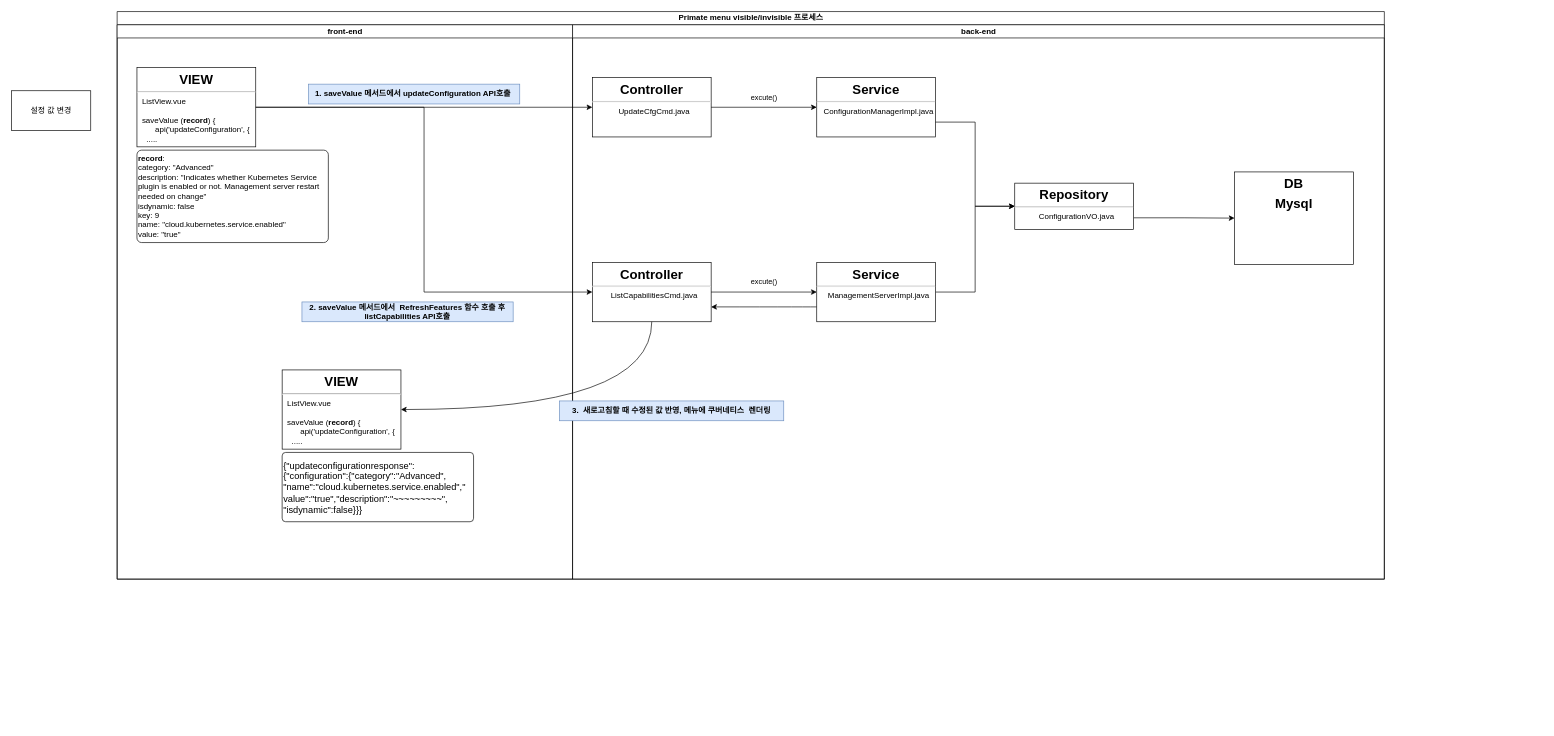
Earlier version of the draw.io diagram kuber메뉴.drawio (stardom3645/wiki). Source tidied: cells renumbered, new cells numbered last; positions are measured from the earlier drawing's top-left corner, leaving out a move shared by most shapes. Both pictures are drawn from the tidied source at 66%, with x=0, y=0 at pixel (11, 11).
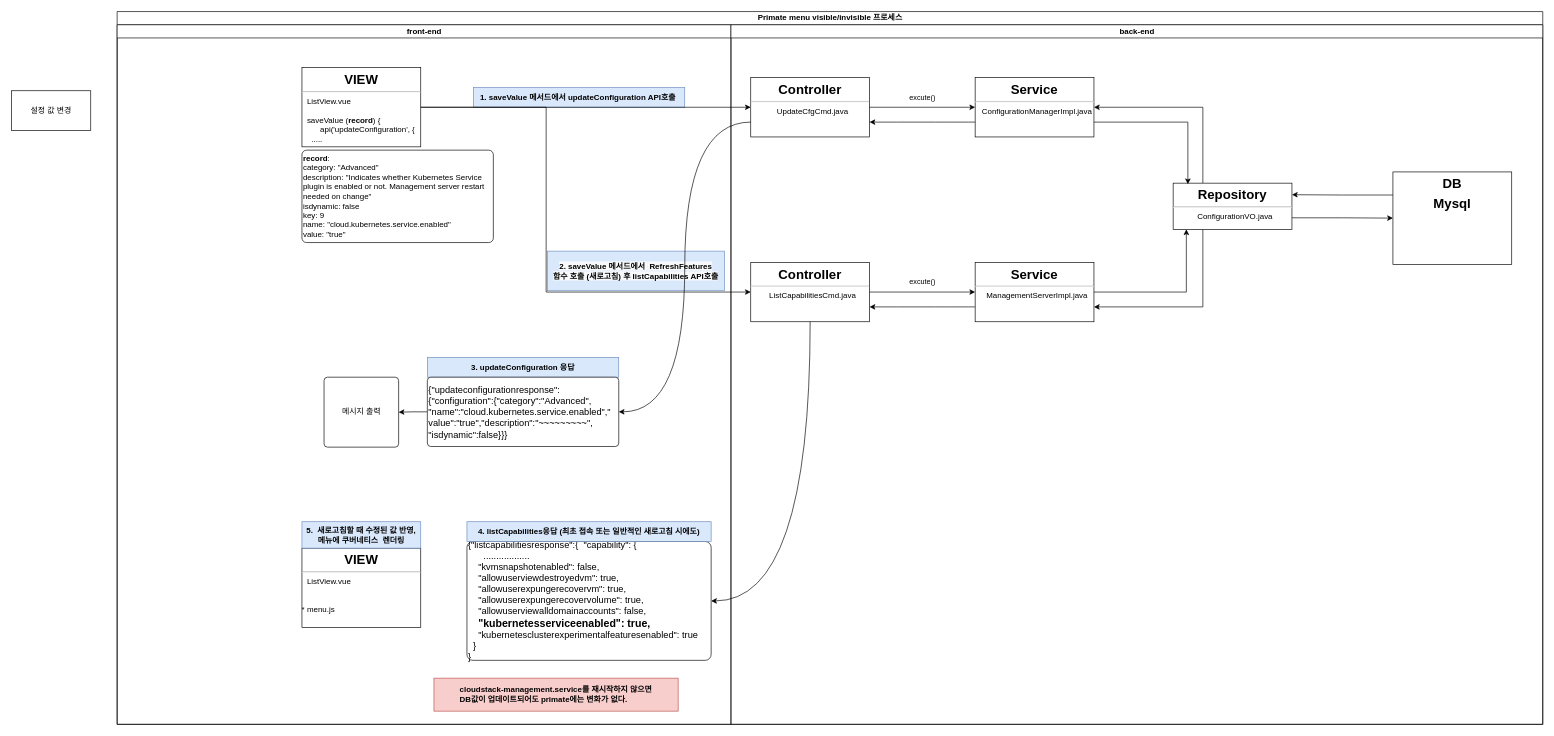
The same diagram, later.

Commit message:
kuber메뉴.drawio 업데이트

Unchanged cells that the change refers to:
```xml
<mxCell id="12" value="&lt;p style=&quot;margin: 6px 0px 0px&quot;&gt;&lt;b&gt;&lt;font style=&quot;font-size: 20px&quot;&gt;Controller&lt;/font&gt;&lt;/b&gt;&lt;/p&gt;&lt;hr&gt;&lt;p style=&quot;margin: 0px ; margin-left: 8px&quot;&gt;&lt;span&gt;UpdateCfgCmd.java&lt;/span&gt;&lt;br&gt;&lt;/p&gt;" style="align=center;overflow=fill;html=1;" parent="11" vertex="1">
  <mxGeometry x="30" y="80" width="180" height="90" as="geometry" />
</mxCell>
<mxCell id="13" value="&lt;p style=&quot;margin: 6px 0px 0px&quot;&gt;&lt;b&gt;&lt;font style=&quot;font-size: 20px&quot;&gt;Service&lt;/font&gt;&lt;/b&gt;&lt;/p&gt;&lt;hr&gt;&lt;p style=&quot;margin: 0px ; margin-left: 8px&quot;&gt;ConfigurationManagerImpl.java&lt;/p&gt;" style="align=center;overflow=fill;html=1;" parent="11" vertex="1">
  <mxGeometry x="370" y="80" width="180" height="90" as="geometry" />
</mxCell>
<mxCell id="15" value="&lt;p style=&quot;margin: 6px 0px 0px&quot;&gt;&lt;b&gt;&lt;font style=&quot;font-size: 20px&quot;&gt;Repository&lt;/font&gt;&lt;/b&gt;&lt;/p&gt;&lt;hr&gt;&lt;p style=&quot;margin: 0px ; margin-left: 8px&quot;&gt;ConfigurationVO.java&lt;/p&gt;" style="align=center;overflow=fill;html=1;" parent="11" vertex="1">
  <mxGeometry x="670" y="240" width="180" height="70" as="geometry" />
</mxCell>
<mxCell id="17" value="&lt;p style=&quot;margin: 6px 0px 0px; text-align: center; font-size: 20px;&quot;&gt;&lt;b style=&quot;font-size: 20px;&quot;&gt;DB&lt;/b&gt;&lt;/p&gt;&lt;p style=&quot;margin: 6px 0px 0px; text-align: center; font-size: 20px;&quot;&gt;&lt;b style=&quot;font-size: 20px;&quot;&gt;Mysql&lt;/b&gt;&lt;/p&gt;" style="align=left;overflow=fill;html=1;fontSize=20;" parent="11" vertex="1">
  <mxGeometry x="1003" y="223" width="180" height="140" as="geometry" />
</mxCell>
<mxCell id="18" value="&lt;p style=&quot;margin: 6px 0px 0px&quot;&gt;&lt;b&gt;&lt;font style=&quot;font-size: 20px&quot;&gt;Controller&lt;/font&gt;&lt;/b&gt;&lt;/p&gt;&lt;hr&gt;&lt;p style=&quot;margin: 0px ; margin-left: 8px&quot;&gt;&lt;span&gt;ListCapabilitiesCmd.java&lt;/span&gt;&lt;br&gt;&lt;/p&gt;" style="align=center;overflow=fill;html=1;" parent="11" vertex="1">
  <mxGeometry x="30" y="360" width="180" height="90" as="geometry" />
</mxCell>
<mxCell id="21" value="&lt;p style=&quot;margin: 6px 0px 0px&quot;&gt;&lt;b&gt;&lt;font style=&quot;font-size: 20px&quot;&gt;Service&lt;/font&gt;&lt;/b&gt;&lt;/p&gt;&lt;hr&gt;&lt;p style=&quot;margin: 0px ; margin-left: 8px&quot;&gt;&lt;span&gt;ManagementServerImpl.java&lt;/span&gt;&lt;br&gt;&lt;/p&gt;" style="align=center;overflow=fill;html=1;" parent="11" vertex="1">
  <mxGeometry x="370" y="360" width="180" height="90" as="geometry" />
</mxCell>
```

The edit, as a diff of the source:
```diff
@@
-    <mxCell id="2" value="Primate menu visible/invisible 프로세스" style="swimlane;html=1;startSize=20;verticalAlign=middle;" parent="1" vertex="1">
-      <mxGeometry x="160" width="1920" height="860" as="geometry" />
+    <mxCell id="2" value="Primate menu visible/invisible 프로세스" style="swimlane;html=1;startSize=20;verticalAlign=middle;align=center;" parent="1" vertex="1">
+      <mxGeometry x="160" width="2160" height="1080" as="geometry" />
     </mxCell>
     <mxCell id="3" value="front-end" style="swimlane;html=1;startSize=20;" parent="2" vertex="1">
-      <mxGeometry y="20" width="690" height="840" as="geometry" />
+      <mxGeometry y="20" width="930" height="1060" as="geometry" />
     </mxCell>
     <mxCell id="4" value="&lt;p style=&quot;margin: 0px ; margin-top: 6px ; text-align: center&quot;&gt;&lt;b&gt;&lt;font style=&quot;font-size: 20px&quot;&gt;VIEW&lt;/font&gt;&lt;/b&gt;&lt;/p&gt;&lt;hr&gt;&lt;p style=&quot;margin: 0px ; margin-left: 8px&quot;&gt;&lt;span style=&quot;text-align: center&quot;&gt;ListView.vue&lt;/span&gt;&lt;br&gt;&lt;/p&gt;&lt;p style=&quot;margin: 0px ; margin-left: 8px&quot;&gt;&lt;br&gt;&lt;/p&gt;&lt;p style=&quot;margin: 0px ; margin-left: 8px&quot;&gt;saveValue (&lt;b&gt;record&lt;/b&gt;) {&lt;/p&gt;&lt;p style=&quot;margin: 0px ; margin-left: 8px&quot;&gt;&amp;nbsp; &amp;nbsp; &amp;nbsp; api('updateConfiguration', {&lt;/p&gt;&lt;p style=&quot;margin: 0px ; margin-left: 8px&quot;&gt;&amp;nbsp; .....&lt;/p&gt;" style="align=left;overflow=fill;html=1;" parent="3" vertex="1">
-      <mxGeometry x="30" y="65" width="180" height="120" as="geometry" />
+      <mxGeometry x="280" y="65" width="180" height="120" as="geometry" />
     </mxCell>
     <mxCell id="5" value="&lt;div&gt;&lt;font style=&quot;font-size: 12px&quot;&gt;&lt;b&gt;record&lt;/b&gt;:&lt;/font&gt;&lt;/div&gt;&lt;div&gt;&lt;font style=&quot;font-size: 12px&quot;&gt;category: &quot;Advanced&quot;&lt;/font&gt;&lt;/div&gt;&lt;div&gt;&lt;font style=&quot;font-size: 12px&quot;&gt;description: &quot;Indicates whether Kubernetes Service plugin is enabled or not. Management server restart needed on change&quot;&lt;/font&gt;&lt;/div&gt;&lt;div&gt;&lt;font style=&quot;font-size: 12px&quot;&gt;isdynamic: false&lt;/font&gt;&lt;/div&gt;&lt;div&gt;&lt;font style=&quot;font-size: 12px&quot;&gt;key: 9&lt;/font&gt;&lt;/div&gt;&lt;div&gt;&lt;font style=&quot;font-size: 12px&quot;&gt;name: &quot;cloud.kubernetes.service.enabled&quot;&lt;/font&gt;&lt;/div&gt;&lt;div&gt;&lt;font style=&quot;font-size: 12px&quot;&gt;value: &quot;true&quot;&lt;/font&gt;&lt;/div&gt;" style="rounded=1;whiteSpace=wrap;html=1;strokeColor=#000000;align=left;arcSize=5;" parent="3" vertex="1">
-      <mxGeometry x="30" y="190" width="290" height="140" as="geometry" />
+      <mxGeometry x="280" y="190" width="290" height="140" as="geometry" />
     </mxCell>
     <mxCell id="6" value="&lt;span style=&quot;text-align: left&quot;&gt;1. saveValue 메서드에서&amp;nbsp;&lt;/span&gt;&lt;span style=&quot;text-align: left&quot;&gt;updateConfiguration API호출&lt;/span&gt;&lt;span style=&quot;text-align: left&quot;&gt;&amp;nbsp;&lt;/span&gt;" style="text;html=1;strokeColor=#6c8ebf;fillColor=#dae8fc;align=center;verticalAlign=middle;whiteSpace=wrap;rounded=0;fontStyle=1;" parent="3" vertex="1">
-      <mxGeometry x="290" y="90" width="320" height="30" as="geometry" />
+      <mxGeometry x="540" y="95" width="320" height="30" as="geometry" />
     </mxCell>
-    <mxCell id="7" value="&lt;span style=&quot;text-align: left&quot;&gt;2. saveValue 메서드에서&amp;nbsp;&lt;/span&gt;&lt;span style=&quot;text-align: left&quot;&gt;&amp;nbsp;&lt;/span&gt;RefreshFeatures 함수 호출 후&lt;br&gt;listCapabilities API호출" style="text;html=1;strokeColor=#6c8ebf;fillColor=#dae8fc;align=center;verticalAlign=middle;whiteSpace=wrap;rounded=0;fontStyle=1;" parent="3" vertex="1">
-      <mxGeometry x="280" y="420" width="320" height="30" as="geometry" />
+    <mxCell id="7" value="&lt;span style=&quot;text-align: left&quot;&gt;3. u&lt;/span&gt;&lt;span style=&quot;text-align: left&quot;&gt;pdateConfiguration 응답&lt;/span&gt;" style="text;html=1;strokeColor=#6c8ebf;fillColor=#dae8fc;align=center;verticalAlign=middle;whiteSpace=wrap;rounded=0;fontStyle=1;" parent="3" vertex="1">
+      <mxGeometry x="470" y="504" width="290" height="30" as="geometry" />
     </mxCell>
-    <mxCell id="8" value="&lt;p style=&quot;margin: 0px ; margin-top: 6px ; text-align: center&quot;&gt;&lt;b&gt;&lt;font style=&quot;font-size: 20px&quot;&gt;VIEW&lt;/font&gt;&lt;/b&gt;&lt;/p&gt;&lt;hr&gt;&lt;p style=&quot;margin: 0px ; margin-left: 8px&quot;&gt;&lt;span style=&quot;text-align: center&quot;&gt;ListView.vue&lt;/span&gt;&lt;br&gt;&lt;/p&gt;&lt;p style=&quot;margin: 0px ; margin-left: 8px&quot;&gt;&lt;br&gt;&lt;/p&gt;&lt;p style=&quot;margin: 0px ; margin-left: 8px&quot;&gt;saveValue (&lt;b&gt;record&lt;/b&gt;) {&lt;/p&gt;&lt;p style=&quot;margin: 0px ; margin-left: 8px&quot;&gt;&amp;nbsp; &amp;nbsp; &amp;nbsp; api('updateConfiguration', {&lt;/p&gt;&lt;p style=&quot;margin: 0px ; margin-left: 8px&quot;&gt;&amp;nbsp; .....&lt;/p&gt;" style="align=left;overflow=fill;html=1;" parent="3" vertex="1">
-      <mxGeometry x="250" y="523" width="180" height="120" as="geometry" />
+    <mxCell id="8" value="&lt;p style=&quot;margin: 0px ; margin-top: 6px ; text-align: center&quot;&gt;&lt;b&gt;&lt;font style=&quot;font-size: 20px&quot;&gt;VIEW&lt;/font&gt;&lt;/b&gt;&lt;/p&gt;&lt;hr&gt;&lt;p style=&quot;margin: 0px ; margin-left: 8px&quot;&gt;&lt;span style=&quot;text-align: center&quot;&gt;ListView.vue&lt;/span&gt;&lt;br&gt;&lt;/p&gt;&lt;p style=&quot;margin: 0px ; margin-left: 8px&quot;&gt;&lt;br&gt;&lt;/p&gt;&lt;p style=&quot;margin: 0px ; margin-left: 8px&quot;&gt;&lt;br&gt;&lt;/p&gt;&lt;span style=&quot;text-align: center&quot;&gt;* menu.js&lt;/span&gt;&lt;p style=&quot;margin: 0px ; margin-left: 8px&quot;&gt;&lt;br&gt;&lt;/p&gt;" style="align=left;overflow=fill;html=1;" parent="3" vertex="1">
+      <mxGeometry x="280" y="793" width="180" height="120" as="geometry" />
     </mxCell>
+    <mxCell id="28" style="edgeStyle=orthogonalEdgeStyle;rounded=0;jettySize=auto;html=1;exitX=0;exitY=0.5;exitDx=0;exitDy=0;entryX=1;entryY=0.5;entryDx=0;entryDy=0;" parent="3" edge="1" source="9" target="32">
+      <mxGeometry relative="1" as="geometry" />
+    </mxCell>
     <mxCell id="9" value="&lt;font style=&quot;font-size: 14px&quot;&gt;{&quot;updateconfigurationresponse&quot;:{&quot;configuration&quot;:{&quot;category&quot;:&quot;Advanced&quot;,&lt;br&gt;&quot;name&quot;:&quot;cloud.kubernetes.service.enabled&quot;,&quot;&lt;br&gt;&lt;/font&gt;&lt;div style=&quot;font-size: 14px&quot;&gt;value&quot;:&quot;true&quot;,&quot;description&quot;:&quot;~~~~~~~~~&quot;,&lt;/div&gt;&lt;div style=&quot;font-size: 14px&quot;&gt;&quot;isdynamic&quot;:false}}}&lt;/div&gt;" style="rounded=1;whiteSpace=wrap;html=1;strokeColor=#000000;align=left;arcSize=5;" parent="3" vertex="1">
-      <mxGeometry x="250" y="648" width="290" height="105" as="geometry" />
+      <mxGeometry x="470" y="534" width="290" height="105" as="geometry" />
     </mxCell>
+    <mxCell id="29" value="&lt;font&gt;&lt;span style=&quot;font-size: 14px&quot;&gt;{&quot;listcapabilitiesresponse&quot;:&lt;/span&gt;&lt;span style=&quot;font-size: 14px&quot;&gt;{&lt;/span&gt;&lt;span style=&quot;font-size: 14px&quot;&gt;&amp;nbsp; &quot;capability&quot;: {&lt;/span&gt;&lt;span style=&quot;font-size: 14px&quot;&gt;&lt;br&gt;&lt;/span&gt;&lt;div&gt;&lt;span style=&quot;font-size: 14px&quot;&gt;&lt;span&gt;&lt;/span&gt;&amp;nbsp; &amp;nbsp; &amp;nbsp; ..................&lt;/span&gt;&lt;/div&gt;&lt;div&gt;&lt;span style=&quot;font-size: 14px&quot;&gt;&amp;nbsp; &amp;nbsp; &quot;kvmsnapshotenabled&quot;: false,&lt;/span&gt;&lt;/div&gt;&lt;div&gt;&lt;span style=&quot;font-size: 14px&quot;&gt;&amp;nbsp; &amp;nbsp; &quot;allowuserviewdestroyedvm&quot;: true,&lt;/span&gt;&lt;/div&gt;&lt;div&gt;&lt;span style=&quot;font-size: 14px&quot;&gt;&amp;nbsp; &amp;nbsp; &quot;allowuserexpungerecovervm&quot;: true,&lt;/span&gt;&lt;/div&gt;&lt;div&gt;&lt;span style=&quot;font-size: 14px&quot;&gt;&amp;nbsp; &amp;nbsp; &quot;allowuserexpungerecovervolume&quot;: true,&lt;/span&gt;&lt;/div&gt;&lt;div&gt;&lt;span style=&quot;font-size: 14px&quot;&gt;&amp;nbsp; &amp;nbsp; &quot;allowuserviewalldomainaccounts&quot;: false,&lt;/span&gt;&lt;/div&gt;&lt;div&gt;&lt;span style=&quot;font-size: 14px&quot;&gt;&amp;nbsp; &amp;nbsp; &lt;/span&gt;&lt;b&gt;&lt;font style=&quot;font-size: 16px&quot;&gt;&quot;kubernetesserviceenabled&quot;: true,&lt;/font&gt;&lt;/b&gt;&lt;/div&gt;&lt;div&gt;&lt;span style=&quot;font-size: 14px&quot;&gt;&amp;nbsp; &amp;nbsp; &quot;kubernetesclusterexperimentalfeaturesenabled&quot;: true&lt;/span&gt;&lt;/div&gt;&lt;div&gt;&lt;span style=&quot;font-size: 14px&quot;&gt;&amp;nbsp; }&lt;/span&gt;&lt;/div&gt;&lt;span style=&quot;font-size: 14px&quot;&gt;}&lt;/span&gt;&lt;span style=&quot;font-size: 14px&quot;&gt;&amp;nbsp;&lt;/span&gt;&lt;br&gt;&lt;/font&gt;" style="rounded=1;whiteSpace=wrap;html=1;strokeColor=#000000;align=left;arcSize=5;" parent="3" vertex="1">
+      <mxGeometry x="530" y="783" width="370" height="180" as="geometry" />
+    </mxCell>
+    <mxCell id="30" value="&lt;span style=&quot;text-align: left&quot;&gt;4.&amp;nbsp;&lt;/span&gt;listCapabilities&lt;span style=&quot;text-align: left&quot;&gt;응답 (최초 접속 또는 일반적인 새로고침 시에도)&lt;/span&gt;" style="text;html=1;strokeColor=#6c8ebf;fillColor=#dae8fc;align=center;verticalAlign=middle;whiteSpace=wrap;rounded=0;fontStyle=1;" parent="3" vertex="1">
+      <mxGeometry x="530" y="753" width="370" height="30" as="geometry" />
+    </mxCell>
+    <mxCell id="31" value="&lt;span style=&quot;background-color: rgb(248 , 249 , 250) ; text-align: left&quot;&gt;2. saveValue 메서드에서&amp;nbsp;&lt;/span&gt;&lt;span style=&quot;background-color: rgb(248 , 249 , 250) ; text-align: left&quot;&gt;&amp;nbsp;&lt;/span&gt;&lt;span style=&quot;background-color: rgb(248 , 249 , 250)&quot;&gt;RefreshFeatures &lt;br&gt;함수 호출&amp;nbsp;&lt;/span&gt;&lt;span style=&quot;background-color: rgb(248 , 249 , 250)&quot;&gt;(새로고침) 후&amp;nbsp;listCapabilities API호출&lt;/span&gt;" style="text;html=1;strokeColor=#6c8ebf;fillColor=#dae8fc;align=center;verticalAlign=middle;whiteSpace=wrap;rounded=0;fontStyle=1;rotation=0;" parent="3" vertex="1">
+      <mxGeometry x="652" y="343" width="268" height="60" as="geometry" />
+    </mxCell>
+    <mxCell id="24" value="&lt;span style=&quot;text-align: left&quot;&gt;5.&amp;nbsp; 새로고침할 때 수정된 값 반영, &lt;br&gt;메뉴에 쿠버네티스&amp;nbsp; 렌더링&lt;/span&gt;" style="text;html=1;strokeColor=#6c8ebf;fillColor=#dae8fc;align=center;verticalAlign=middle;whiteSpace=wrap;rounded=0;fontStyle=1;" parent="3" vertex="1">
+      <mxGeometry x="280" y="753" width="180" height="40" as="geometry" />
+    </mxCell>
+    <mxCell id="32" value="&lt;span&gt;메시지 출력&lt;/span&gt;" style="rounded=1;whiteSpace=wrap;html=1;strokeColor=#000000;align=center;arcSize=5;" parent="3" vertex="1">
+      <mxGeometry x="313.5" y="534" width="113" height="106" as="geometry" />
+    </mxCell>
+    <mxCell id="33" value="&lt;div style=&quot;text-align: left&quot;&gt;&lt;span&gt;cloudstack-management.service를 재시작하지 않으면&lt;br&gt;DB값이 업데이트되어도 primate에는 변화가 없다.&lt;/span&gt;&lt;/div&gt;" style="text;html=1;strokeColor=#b85450;fillColor=#f8cecc;align=center;verticalAlign=middle;whiteSpace=wrap;rounded=0;fontStyle=1;" parent="3" vertex="1">
+      <mxGeometry x="480" y="990" width="370" height="50" as="geometry" />
+    </mxCell>
@@
     <mxCell id="11" value="back-end" style="swimlane;html=1;startSize=20;" parent="2" vertex="1">
-      <mxGeometry x="690" y="20" width="1230" height="840" as="geometry" />
+      <mxGeometry x="930" y="20" width="1230" height="1060" as="geometry" />
     </mxCell>
@@
+    <mxCell id="34" style="edgeStyle=orthogonalEdgeStyle;rounded=0;jettySize=auto;html=1;exitX=0.25;exitY=0;exitDx=0;exitDy=0;entryX=1;entryY=0.5;entryDx=0;entryDy=0;" parent="11" edge="1" source="15" target="13">
+      <mxGeometry relative="1" as="geometry" />
+    </mxCell>
+    <mxCell id="35" style="edgeStyle=orthogonalEdgeStyle;rounded=0;jettySize=auto;html=1;exitX=0.25;exitY=1;exitDx=0;exitDy=0;entryX=1;entryY=0.75;entryDx=0;entryDy=0;" parent="11" edge="1" source="15" target="21">
+      <mxGeometry relative="1" as="geometry" />
+    </mxCell>
@@
-    <mxCell id="16" style="edgeStyle=orthogonalEdgeStyle;rounded=0;jettySize=auto;html=1;exitX=1;exitY=0.75;exitDx=0;exitDy=0;entryX=0;entryY=0.5;entryDx=0;entryDy=0;align=center;" parent="11" edge="1" source="13" target="15">
+    <mxCell id="16" style="edgeStyle=orthogonalEdgeStyle;rounded=0;jettySize=auto;html=1;exitX=1;exitY=0.75;exitDx=0;exitDy=0;align=center;entryX=0.124;entryY=0.022;entryDx=0;entryDy=0;entryPerimeter=0;" parent="11" edge="1" source="13" target="15">
       <mxGeometry relative="1" as="geometry" />
     </mxCell>
+    <mxCell id="36" style="edgeStyle=orthogonalEdgeStyle;rounded=0;jettySize=auto;html=1;exitX=0;exitY=0.25;exitDx=0;exitDy=0;entryX=1;entryY=0.25;entryDx=0;entryDy=0;" parent="11" edge="1" source="17" target="15">
+      <mxGeometry relative="1" as="geometry" />
+    </mxCell>
@@
-    <mxCell id="19" style="edgeStyle=orthogonalEdgeStyle;rounded=0;jettySize=auto;html=1;exitX=1;exitY=0.5;exitDx=0;exitDy=0;entryX=0;entryY=0.5;entryDx=0;entryDy=0;" parent="11" edge="1" source="21" target="15">
-      <mxGeometry relative="1" as="geometry" />
+    <mxCell id="19" style="edgeStyle=orthogonalEdgeStyle;rounded=0;jettySize=auto;html=1;exitX=1;exitY=0.5;exitDx=0;exitDy=0;" parent="11" edge="1" source="21">
+      <mxGeometry relative="1" as="geometry">
+        <mxPoint x="690" y="310" as="targetPoint" />
+        <Array as="points">
+          <mxPoint x="690" y="405" />
+        </Array>
+      </mxGeometry>
     </mxCell>
@@
-    <mxCell id="24" value="&lt;span style=&quot;text-align: left&quot;&gt;3.&amp;nbsp; 새로고침할 때 수정된 값 반영, 메뉴에 쿠버네티스&amp;nbsp; 렌더링&lt;/span&gt;" style="text;html=1;strokeColor=#6c8ebf;fillColor=#dae8fc;align=center;verticalAlign=middle;whiteSpace=wrap;rounded=0;fontStyle=1;" parent="11" vertex="1">
-      <mxGeometry x="-20" y="570" width="340" height="30" as="geometry" />
-    </mxCell>
+    <mxCell id="37" style="edgeStyle=orthogonalEdgeStyle;jettySize=auto;html=1;entryX=1;entryY=0.75;entryDx=0;entryDy=0;curved=1;exitX=0;exitY=0.75;exitDx=0;exitDy=0;" parent="11" edge="1" source="13" target="12">
+      <mxGeometry relative="1" as="geometry" />
+    </mxCell>
     <mxCell id="25" style="edgeStyle=orthogonalEdgeStyle;rounded=0;jettySize=auto;html=1;exitX=1;exitY=0.5;exitDx=0;exitDy=0;entryX=0;entryY=0.5;entryDx=0;entryDy=0;" parent="2" edge="1" source="4" target="18">
-      <mxGeometry relative="1" as="geometry" />
+      <mxGeometry relative="1" as="geometry">
+        <Array as="points">
+          <mxPoint x="650" y="145" />
+          <mxPoint x="650" y="425" />
+        </Array>
+      </mxGeometry>
     </mxCell>
-    <mxCell id="26" style="edgeStyle=orthogonalEdgeStyle;curved=1;jettySize=auto;html=1;exitX=0.5;exitY=1;exitDx=0;exitDy=0;entryX=1;entryY=0.5;entryDx=0;entryDy=0;" parent="2" edge="1" source="18" target="8">
+    <mxCell id="26" style="edgeStyle=orthogonalEdgeStyle;curved=1;jettySize=auto;html=1;exitX=0.5;exitY=1;exitDx=0;exitDy=0;entryX=1;entryY=0.5;entryDx=0;entryDy=0;" parent="2" edge="1" source="18" target="29">
       <mxGeometry relative="1" as="geometry" />
     </mxCell>
+    <mxCell id="38" style="edgeStyle=orthogonalEdgeStyle;curved=1;jettySize=auto;html=1;exitX=0;exitY=0.75;exitDx=0;exitDy=0;entryX=1;entryY=0.5;entryDx=0;entryDy=0;" parent="2" edge="1" source="12" target="9">
+      <mxGeometry relative="1" as="geometry" />
+    </mxCell>
```
